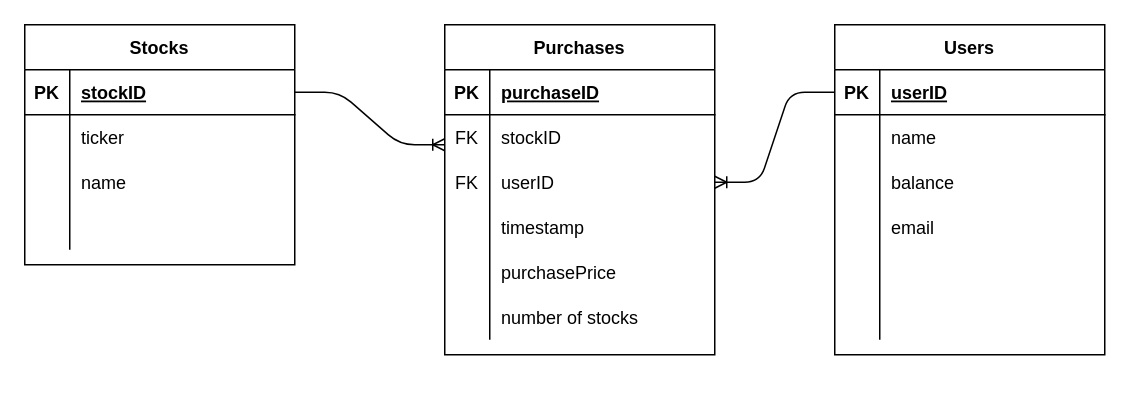
Earlier version of the draw.io diagram postgres-insight/ERD.drawio (rafay-siddiqui/Insight). Source tidied: cells renumbered, new cells numbered last; positions are measured from the earlier drawing's top-left corner, leaving out a move shared by most shapes. Both pictures are drawn from the tidied source at 150%, with x=0, y=0 at pixel (24, 24).
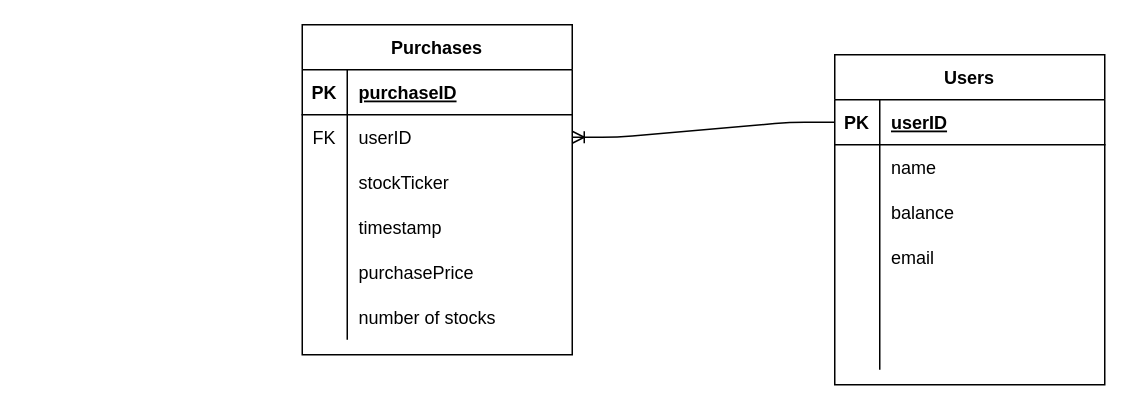
Above is the later version.

The edit, as a diff of the source:
```diff
@@
     <mxCell id="2" value="Users" style="shape=table;startSize=30;childLayout=tableLayout;rowLines=0;fontStyle=1;align=center;" parent="1" vertex="1">
-      <mxGeometry x="540" width="180" height="220" as="geometry" />
+      <mxGeometry x="540" y="20" width="180" height="220" as="geometry" />
     </mxCell>
@@
-    <mxCell id="21" value="Stocks" style="shape=table;startSize=30;childLayout=tableLayout;rowLines=0;fontStyle=1;align=center;" parent="1" vertex="1">
-      <mxGeometry width="180" height="160" as="geometry" />
-    </mxCell>
-    <mxCell id="22" style="shape=partialRectangle;fillColor=none;top=0;left=0;bottom=1;right=0;points=[[0,0.5],[1,0.5]];portConstraint=eastwest;" parent="21" vertex="1">
-      <mxGeometry y="30" width="180" height="30" as="geometry" />
-    </mxCell>
-    <mxCell id="23" value="PK" style="shape=partialRectangle;fillColor=none;top=0;left=0;bottom=0;right=0;fontStyle=1;overflow=hidden;" parent="22" vertex="1">
-      <mxGeometry width="30" height="30" as="geometry" />
-    </mxCell>
-    <mxCell id="24" value="stockID" style="shape=partialRectangle;fillColor=none;top=0;left=0;bottom=0;right=0;align=left;spacingLeft=6;fontStyle=5;overflow=hidden;" parent="22" vertex="1">
-      <mxGeometry x="30" width="150" height="30" as="geometry" />
-    </mxCell>
-    <mxCell id="25" style="shape=partialRectangle;fillColor=none;top=0;left=0;bottom=0;right=0;" parent="21" vertex="1">
-      <mxGeometry y="60" width="180" height="30" as="geometry" />
-    </mxCell>
-    <mxCell id="26" style="shape=partialRectangle;fillColor=none;top=0;left=0;bottom=0;right=0;overflow=hidden;" parent="25" vertex="1">
-      <mxGeometry width="30" height="30" as="geometry" />
-    </mxCell>
-    <mxCell id="27" value="ticker" style="shape=partialRectangle;fillColor=none;top=0;left=0;bottom=0;right=0;align=left;spacingLeft=6;overflow=hidden;" parent="25" vertex="1">
-      <mxGeometry x="30" width="150" height="30" as="geometry" />
-    </mxCell>
-    <mxCell id="28" style="shape=partialRectangle;fillColor=none;top=0;left=0;bottom=0;right=0;" parent="21" vertex="1">
-      <mxGeometry y="90" width="180" height="30" as="geometry" />
-    </mxCell>
-    <mxCell id="29" style="shape=partialRectangle;fillColor=none;top=0;left=0;bottom=0;right=0;overflow=hidden;" parent="28" vertex="1">
-      <mxGeometry width="30" height="30" as="geometry" />
-    </mxCell>
-    <mxCell id="30" value="name" style="shape=partialRectangle;fillColor=none;top=0;left=0;bottom=0;right=0;align=left;spacingLeft=6;overflow=hidden;" parent="28" vertex="1">
-      <mxGeometry x="30" width="150" height="30" as="geometry" />
-    </mxCell>
-    <mxCell id="31" style="shape=partialRectangle;fillColor=none;top=0;left=0;bottom=0;right=0;" parent="21" vertex="1">
-      <mxGeometry y="120" width="180" height="30" as="geometry" />
-    </mxCell>
-    <mxCell id="32" style="shape=partialRectangle;fillColor=none;top=0;left=0;bottom=0;right=0;overflow=hidden;" parent="31" vertex="1">
-      <mxGeometry width="30" height="30" as="geometry" />
-    </mxCell>
-    <mxCell id="33" style="shape=partialRectangle;fillColor=none;top=0;left=0;bottom=0;right=0;align=left;spacingLeft=6;overflow=hidden;" parent="31" vertex="1">
-      <mxGeometry x="30" width="150" height="30" as="geometry" />
-    </mxCell>
-    <mxCell id="34" style="edgeStyle=entityRelationEdgeStyle;fontSize=12;html=1;endArrow=ERoneToMany;exitX=1;exitY=0.5;exitDx=0;exitDy=0;" parent="1" edge="1" source="22">
-      <mxGeometry relative="1" as="geometry">
-        <mxPoint x="280" y="80" as="targetPoint" />
-      </mxGeometry>
-    </mxCell>
     <mxCell id="35" style="group;" parent="1" vertex="1">
-      <mxGeometry x="280" width="180" height="220" as="geometry" />
+      <mxGeometry x="185" width="180" height="220" as="geometry" />
     </mxCell>
+    <mxCell id="57" value="number of stocks" style="shape=partialRectangle;fillColor=none;top=0;left=0;bottom=0;right=0;align=left;spacingLeft=6;overflow=hidden;" parent="35" vertex="1">
+      <mxGeometry x="30" y="180" width="150" height="30" as="geometry" />
+    </mxCell>
+    <mxCell id="58" value="purchasePrice" style="shape=partialRectangle;fillColor=none;top=0;left=0;bottom=0;right=0;align=left;spacingLeft=6;overflow=hidden;" parent="35" vertex="1">
+      <mxGeometry x="30" y="150" width="150" height="30" as="geometry" />
+    </mxCell>
+    <mxCell id="60" style="group;" parent="35" vertex="1">
+      <mxGeometry width="180" height="220" as="geometry" />
+    </mxCell>
-    <mxCell id="36" value="Purchases" style="shape=table;startSize=30;childLayout=tableLayout;rowLines=0;fontStyle=1;align=center;" parent="35" vertex="1">
+    <mxCell id="36" value="Purchases" style="shape=table;startSize=30;childLayout=tableLayout;rowLines=0;fontStyle=1;align=center;" parent="60" vertex="1">
       <mxGeometry width="180" height="220" as="geometry" />
     </mxCell>
@@
+    <mxCell id="43" style="shape=partialRectangle;fillColor=none;top=0;left=0;bottom=0;right=0;points=[[0,0.5],[1,0.5]];portConstraint=eastwest;" parent="36" vertex="1">
+      <mxGeometry y="60" width="180" height="30" as="geometry" />
+    </mxCell>
+    <mxCell id="44" style="shape=partialRectangle;fillColor=none;top=0;left=0;bottom=0;right=0;overflow=hidden;" parent="43" vertex="1">
+      <mxGeometry width="30" height="30" as="geometry" />
+    </mxCell>
+    <mxCell id="45" value="userID" style="shape=partialRectangle;fillColor=none;top=0;left=0;bottom=0;right=0;align=left;spacingLeft=6;overflow=hidden;" parent="43" vertex="1">
+      <mxGeometry x="30" width="150" height="30" as="geometry" />
+    </mxCell>
     <mxCell id="40" style="shape=partialRectangle;fillColor=none;top=0;left=0;bottom=0;right=0;" parent="36" vertex="1">
-      <mxGeometry y="60" width="180" height="30" as="geometry" />
+      <mxGeometry y="90" width="180" height="30" as="geometry" />
     </mxCell>
@@
-    <mxCell id="42" value="stockID" style="shape=partialRectangle;fillColor=none;top=0;left=0;bottom=0;right=0;align=left;spacingLeft=6;overflow=hidden;" parent="40" vertex="1">
+    <mxCell id="42" value="stockTicker" style="shape=partialRectangle;fillColor=none;top=0;left=0;bottom=0;right=0;align=left;spacingLeft=6;overflow=hidden;" parent="40" vertex="1">
       <mxGeometry x="30" width="150" height="30" as="geometry" />
     </mxCell>
-    <mxCell id="43" style="shape=partialRectangle;fillColor=none;top=0;left=0;bottom=0;right=0;points=[[0,0.5],[1,0.5]];portConstraint=eastwest;" parent="36" vertex="1">
-      <mxGeometry y="90" width="180" height="30" as="geometry" />
-    </mxCell>
-    <mxCell id="44" style="shape=partialRectangle;fillColor=none;top=0;left=0;bottom=0;right=0;overflow=hidden;" parent="43" vertex="1">
-      <mxGeometry width="30" height="30" as="geometry" />
-    </mxCell>
-    <mxCell id="45" value="userID" style="shape=partialRectangle;fillColor=none;top=0;left=0;bottom=0;right=0;align=left;spacingLeft=6;overflow=hidden;" parent="43" vertex="1">
-      <mxGeometry x="30" width="150" height="30" as="geometry" />
-    </mxCell>
@@
-    <mxCell id="55" value="FK" style="shape=partialRectangle;fillColor=none;top=0;left=0;bottom=0;right=0;overflow=hidden;" parent="35" vertex="1">
-      <mxGeometry y="60" width="30" height="30" as="geometry" />
-    </mxCell>
-    <mxCell id="56" value="FK" style="shape=partialRectangle;fillColor=none;top=0;left=0;bottom=0;right=0;overflow=hidden;" parent="35" vertex="1">
-      <mxGeometry y="90" width="30" height="30" as="geometry" />
+    <mxCell id="56" value="FK" style="shape=partialRectangle;fillColor=none;top=0;left=0;bottom=0;right=0;overflow=hidden;" parent="60" vertex="1">
+      <mxGeometry y="60" width="30" height="30" as="geometry" />
     </mxCell>
-    <mxCell id="57" value="number of stocks" style="shape=partialRectangle;fillColor=none;top=0;left=0;bottom=0;right=0;align=left;spacingLeft=6;overflow=hidden;" parent="35" vertex="1">
-      <mxGeometry x="30" y="180" width="150" height="30" as="geometry" />
-    </mxCell>
-    <mxCell id="58" value="purchasePrice" style="shape=partialRectangle;fillColor=none;top=0;left=0;bottom=0;right=0;align=left;spacingLeft=6;overflow=hidden;" parent="35" vertex="1">
-      <mxGeometry x="30" y="150" width="150" height="30" as="geometry" />
-    </mxCell>
```
